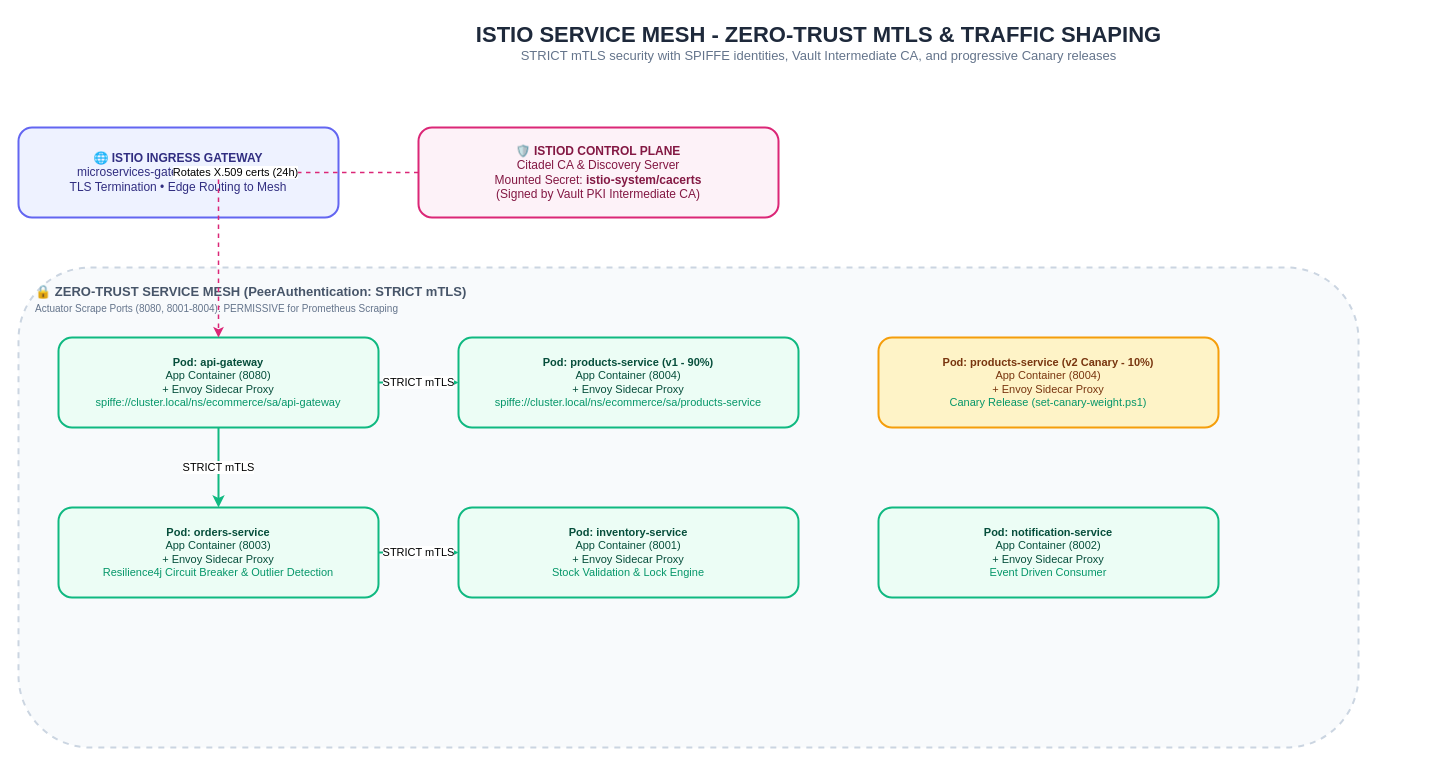
Earlier version of the draw.io diagram page "4. Istio Service Mesh & Zero-Trust mTLS" (4 of 12) of docs/Diagrams.drawio (GeorgeGxx/microservices-architecture). Source tidied: cells renumbered, new cells numbered last; positions are measured from the earlier drawing's top-left corner, leaving out a move shared by most shapes. Both pictures are drawn from the tidied source at 100%, with x=0, y=0 at pixel (18, 17).
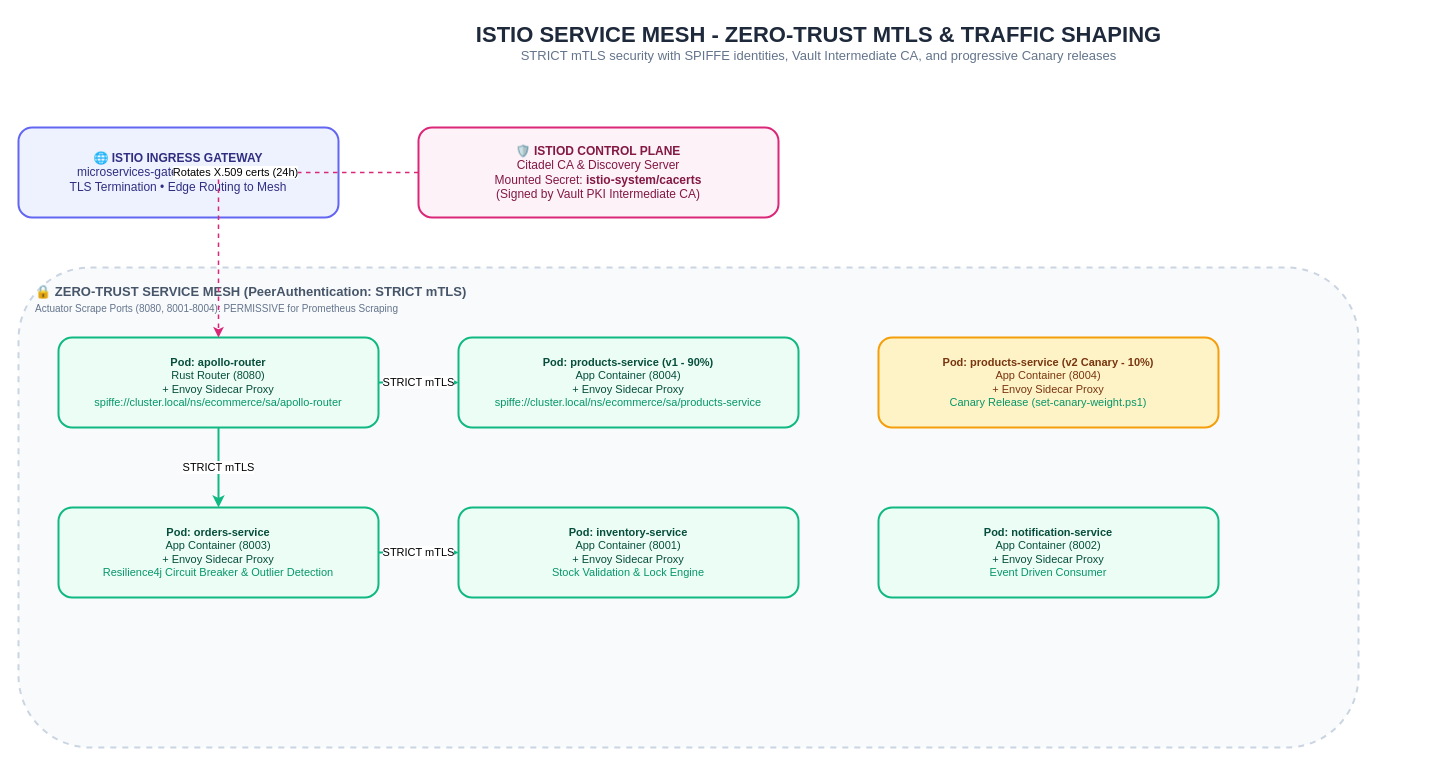
The same page after the edit.

Diff of the diagram source:
```diff
@@
 <mxGraphModel>
   <root>
     <mxCell id="0" />
     <mxCell id="1" parent="0" />
     <mxCell id="2" value="&lt;b style='font-size:22px;color:#1E293B;'&gt;ISTIO SERVICE MESH - ZERO-TRUST MTLS &amp; TRAFFIC SHAPING&lt;/b&gt;&lt;br&gt;&lt;span style='font-size:13px;color:#64748B;'&gt;STRICT mTLS security with SPIFFE identities, Vault Intermediate CA, and progressive Canary releases&lt;/span&gt;" style="text;html=1;align=center;verticalAlign=middle;rounded=0;" parent="1" vertex="1">
       <mxGeometry x="200" width="1200" height="50" as="geometry" />
     </mxCell>
     <mxCell id="3" value="&lt;b&gt;🌐 ISTIO INGRESS GATEWAY&lt;/b&gt;&lt;br&gt;microservices-gateway (Port 80 / 443)&lt;br&gt;TLS Termination • Edge Routing to Mesh" style="rounded=1;whiteSpace=wrap;html=1;fillColor=#EEF2FF;strokeColor=#6366F1;strokeWidth=2;fontColor=#312E81;fontSize=12;" parent="1" vertex="1">
       <mxGeometry y="110" width="320" height="90" as="geometry" />
     </mxCell>
     <mxCell id="4" value="&lt;b&gt;🛡️ ISTIOD CONTROL PLANE&lt;/b&gt;&lt;br&gt;Citadel CA &amp; Discovery Server&lt;br&gt;Mounted Secret: &lt;b&gt;istio-system/cacerts&lt;/b&gt;&lt;br&gt;(Signed by Vault PKI Intermediate CA)" style="rounded=1;whiteSpace=wrap;html=1;fillColor=#FDF2F8;strokeColor=#DB2777;strokeWidth=2;fontColor=#831843;fontSize=12;" parent="1" vertex="1">
       <mxGeometry x="400" y="110" width="360" height="90" as="geometry" />
     </mxCell>
     <mxCell id="5" value="&lt;b&gt;🔒 ZERO-TRUST SERVICE MESH (PeerAuthentication: STRICT mTLS)&lt;/b&gt;&lt;br&gt;&lt;span style='font-size:10px;color:#64748B;'&gt;Actuator Scrape Ports (8080, 8001-8004): PERMISSIVE for Prometheus Scraping&lt;/span&gt;" style="rounded=1;whiteSpace=wrap;html=1;fillColor=#F8FAFC;strokeColor=#CBD5E1;strokeWidth=2;verticalAlign=top;align=left;spacingLeft=15;spacingTop=10;fontColor=#475569;fontSize=13;dashed=1;" parent="1" vertex="1">
       <mxGeometry y="250" width="1340" height="480" as="geometry" />
     </mxCell>
-    <mxCell id="6" value="&lt;b&gt;Pod: api-gateway&lt;/b&gt;&lt;br&gt;App Container (8080)&lt;br&gt;+ Envoy Sidecar Proxy&lt;br&gt;&lt;span style='color:#059669;'&gt;spiffe://cluster.local/ns/ecommerce/sa/api-gateway&lt;/span&gt;" style="rounded=1;whiteSpace=wrap;html=1;fillColor=#ECFDF5;strokeColor=#10B981;strokeWidth=2;fontColor=#064E3B;fontSize=11;" parent="1" vertex="1">
+    <mxCell id="6" value="&lt;b&gt;Pod: apollo-router&lt;/b&gt;&lt;br&gt;Rust Router (8080)&lt;br&gt;+ Envoy Sidecar Proxy&lt;br&gt;&lt;span style='color:#059669;'&gt;spiffe://cluster.local/ns/ecommerce/sa/apollo-router&lt;/span&gt;" style="rounded=1;whiteSpace=wrap;html=1;fillColor=#ECFDF5;strokeColor=#10B981;strokeWidth=2;fontColor=#064E3B;fontSize=11;" parent="1" vertex="1">
       <mxGeometry x="40" y="320" width="320" height="90" as="geometry" />
     </mxCell>
     <mxCell id="7" value="&lt;b&gt;Pod: products-service (v1 - 90%)&lt;/b&gt;&lt;br&gt;App Container (8004)&lt;br&gt;+ Envoy Sidecar Proxy&lt;br&gt;&lt;span style='color:#059669;'&gt;spiffe://cluster.local/ns/ecommerce/sa/products-service&lt;/span&gt;" style="rounded=1;whiteSpace=wrap;html=1;fillColor=#ECFDF5;strokeColor=#10B981;strokeWidth=2;fontColor=#064E3B;fontSize=11;" parent="1" vertex="1">
       <mxGeometry x="440" y="320" width="340" height="90" as="geometry" />
     </mxCell>
     <mxCell id="8" value="&lt;b&gt;Pod: products-service (v2 Canary - 10%)&lt;/b&gt;&lt;br&gt;App Container (8004)&lt;br&gt;+ Envoy Sidecar Proxy&lt;br&gt;&lt;span style='color:#059669;'&gt;Canary Release (set-canary-weight.ps1)&lt;/span&gt;" style="rounded=1;whiteSpace=wrap;html=1;fillColor=#FEF3C7;strokeColor=#F59E0B;strokeWidth=2;fontColor=#78350F;fontSize=11;" parent="1" vertex="1">
       <mxGeometry x="860" y="320" width="340" height="90" as="geometry" />
     </mxCell>
     <mxCell id="9" value="&lt;b&gt;Pod: orders-service&lt;/b&gt;&lt;br&gt;App Container (8003)&lt;br&gt;+ Envoy Sidecar Proxy&lt;br&gt;&lt;span style='color:#059669;'&gt;Resilience4j Circuit Breaker &amp; Outlier Detection&lt;/span&gt;" style="rounded=1;whiteSpace=wrap;html=1;fillColor=#ECFDF5;strokeColor=#10B981;strokeWidth=2;fontColor=#064E3B;fontSize=11;" parent="1" vertex="1">
       <mxGeometry x="40" y="490" width="320" height="90" as="geometry" />
     </mxCell>
     <mxCell id="10" value="&lt;b&gt;Pod: inventory-service&lt;/b&gt;&lt;br&gt;App Container (8001)&lt;br&gt;+ Envoy Sidecar Proxy&lt;br&gt;&lt;span style='color:#059669;'&gt;Stock Validation &amp; Lock Engine&lt;/span&gt;" style="rounded=1;whiteSpace=wrap;html=1;fillColor=#ECFDF5;strokeColor=#10B981;strokeWidth=2;fontColor=#064E3B;fontSize=11;" parent="1" vertex="1">
       <mxGeometry x="440" y="490" width="340" height="90" as="geometry" />
     </mxCell>
     <mxCell id="11" value="&lt;b&gt;Pod: notification-service&lt;/b&gt;&lt;br&gt;App Container (8002)&lt;br&gt;+ Envoy Sidecar Proxy&lt;br&gt;&lt;span style='color:#059669;'&gt;Event Driven Consumer&lt;/span&gt;" style="rounded=1;whiteSpace=wrap;html=1;fillColor=#ECFDF5;strokeColor=#10B981;strokeWidth=2;fontColor=#064E3B;fontSize=11;" parent="1" vertex="1">
       <mxGeometry x="860" y="490" width="340" height="90" as="geometry" />
     </mxCell>
     <mxCell id="12" value="Rotates X.509 certs (24h)" style="edgeStyle=orthogonalEdgeStyle;rounded=0;html=1;strokeColor=#DB2777;strokeWidth=1.5;dashed=1;" parent="1" edge="1" source="4" target="6">
       <mxGeometry relative="1" as="geometry" />
     </mxCell>
     <mxCell id="13" value="STRICT mTLS" style="edgeStyle=orthogonalEdgeStyle;rounded=0;html=1;strokeColor=#10B981;strokeWidth=2;" parent="1" edge="1" source="6" target="7">
       <mxGeometry relative="1" as="geometry" />
     </mxCell>
     <mxCell id="14" value="STRICT mTLS" style="edgeStyle=orthogonalEdgeStyle;rounded=0;html=1;strokeColor=#10B981;strokeWidth=2;" parent="1" edge="1" source="6" target="9">
       <mxGeometry relative="1" as="geometry" />
     </mxCell>
     <mxCell id="15" value="STRICT mTLS" style="edgeStyle=orthogonalEdgeStyle;rounded=0;html=1;strokeColor=#10B981;strokeWidth=2;" parent="1" edge="1" source="9" target="10">
       <mxGeometry relative="1" as="geometry" />
     </mxCell>
   </root>
 </mxGraphModel>
```
